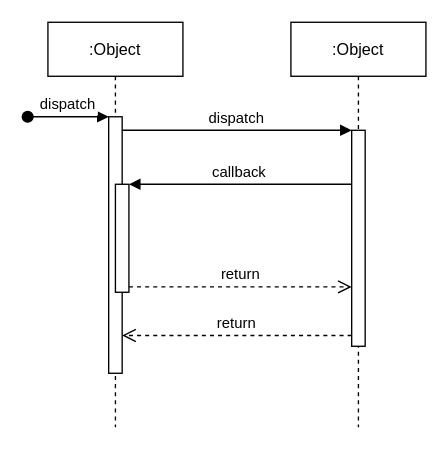
SamratChakrabortyy/draw.io keeps this draw.io diagram as slack_integration/Untitled Diagram.drawio. Above is the earlier version. Source tidied: cells renumbered, new cells numbered last; positions are measured from the earlier drawing's top-left corner, leaving out a move shared by most shapes. Both pictures are drawn from the tidied source at 135%, with x=0, y=0 at pixel (27, 22).
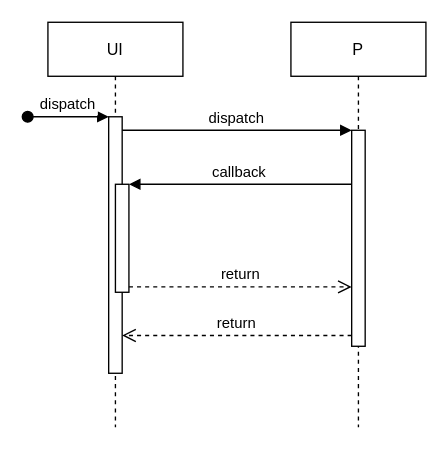
The same page after the edit.

The edit, as a diff of the source:
```diff
@@
 <mxGraphModel>
   <root>
     <mxCell id="0" />
     <mxCell id="1" parent="0" />
-    <mxCell id="2" value=":Object" style="shape=umlLifeline;perimeter=lifelinePerimeter;rounded=0;shadow=0;strokeWidth=1;" parent="1" vertex="1">
+    <mxCell id="2" value="UI" style="shape=umlLifeline;perimeter=lifelinePerimeter;rounded=0;shadow=0;strokeWidth=1;" parent="1" vertex="1">
       <mxGeometry x="15" width="100" height="300" as="geometry" />
     </mxCell>
     <mxCell id="3" style="points=[];perimeter=orthogonalPerimeter;rounded=0;shadow=0;strokeWidth=1;" parent="2" vertex="1">
       <mxGeometry x="45" y="70" width="10" height="190" as="geometry" />
     </mxCell>
     <mxCell id="4" value="dispatch" style="verticalAlign=bottom;startArrow=oval;endArrow=block;startSize=8;shadow=0;strokeWidth=1;" parent="2" edge="1" target="3">
       <mxGeometry relative="1" as="geometry">
         <mxPoint x="-15" y="70" as="sourcePoint" />
       </mxGeometry>
     </mxCell>
     <mxCell id="5" style="points=[];perimeter=orthogonalPerimeter;rounded=0;shadow=0;strokeWidth=1;" parent="2" vertex="1">
       <mxGeometry x="50" y="120" width="10" height="80" as="geometry" />
     </mxCell>
-    <mxCell id="6" value=":Object" style="shape=umlLifeline;perimeter=lifelinePerimeter;rounded=0;shadow=0;strokeWidth=1;" parent="1" vertex="1">
+    <mxCell id="6" value="P" style="shape=umlLifeline;perimeter=lifelinePerimeter;rounded=0;shadow=0;strokeWidth=1;" parent="1" vertex="1">
       <mxGeometry x="195" width="100" height="300" as="geometry" />
     </mxCell>
     <mxCell id="7" style="points=[];perimeter=orthogonalPerimeter;rounded=0;shadow=0;strokeWidth=1;" parent="6" vertex="1">
       <mxGeometry x="45" y="80" width="10" height="160" as="geometry" />
     </mxCell>
     <mxCell id="8" value="return" style="verticalAlign=bottom;endArrow=open;dashed=1;endSize=8;exitX=0;exitY=0.95;shadow=0;strokeWidth=1;" parent="1" edge="1" source="7" target="3">
       <mxGeometry relative="1" as="geometry" />
     </mxCell>
     <mxCell id="9" value="dispatch" style="verticalAlign=bottom;endArrow=block;entryX=0;entryY=0;shadow=0;strokeWidth=1;" parent="1" edge="1" source="3" target="7">
       <mxGeometry relative="1" as="geometry" />
     </mxCell>
     <mxCell id="10" value="callback" style="verticalAlign=bottom;endArrow=block;entryX=1;entryY=0;shadow=0;strokeWidth=1;" parent="1" edge="1" source="7" target="5">
       <mxGeometry relative="1" as="geometry" />
     </mxCell>
     <mxCell id="11" value="return" style="verticalAlign=bottom;endArrow=open;dashed=1;endSize=8;exitX=1;exitY=0.95;shadow=0;strokeWidth=1;" parent="1" edge="1" source="5" target="7">
       <mxGeometry relative="1" as="geometry" />
     </mxCell>
   </root>
 </mxGraphModel>
```
